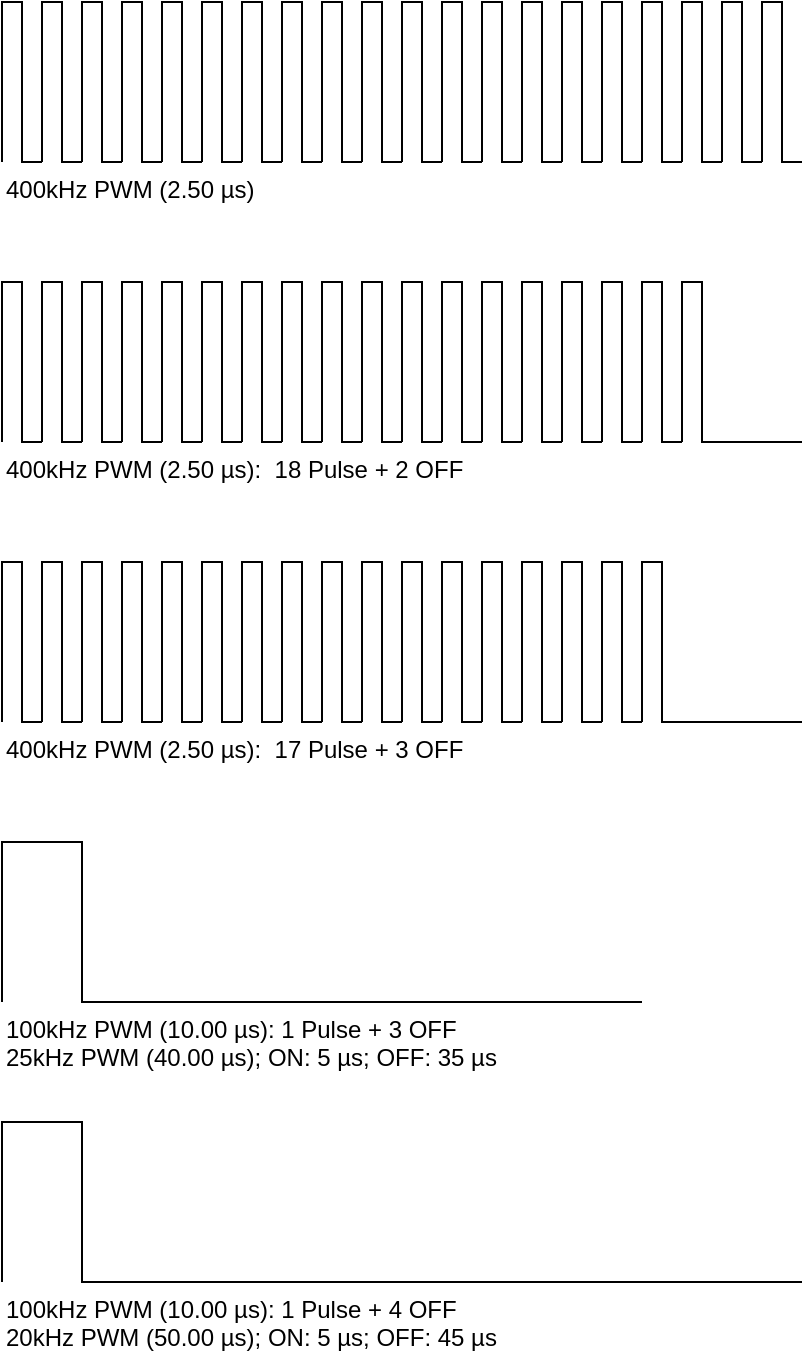
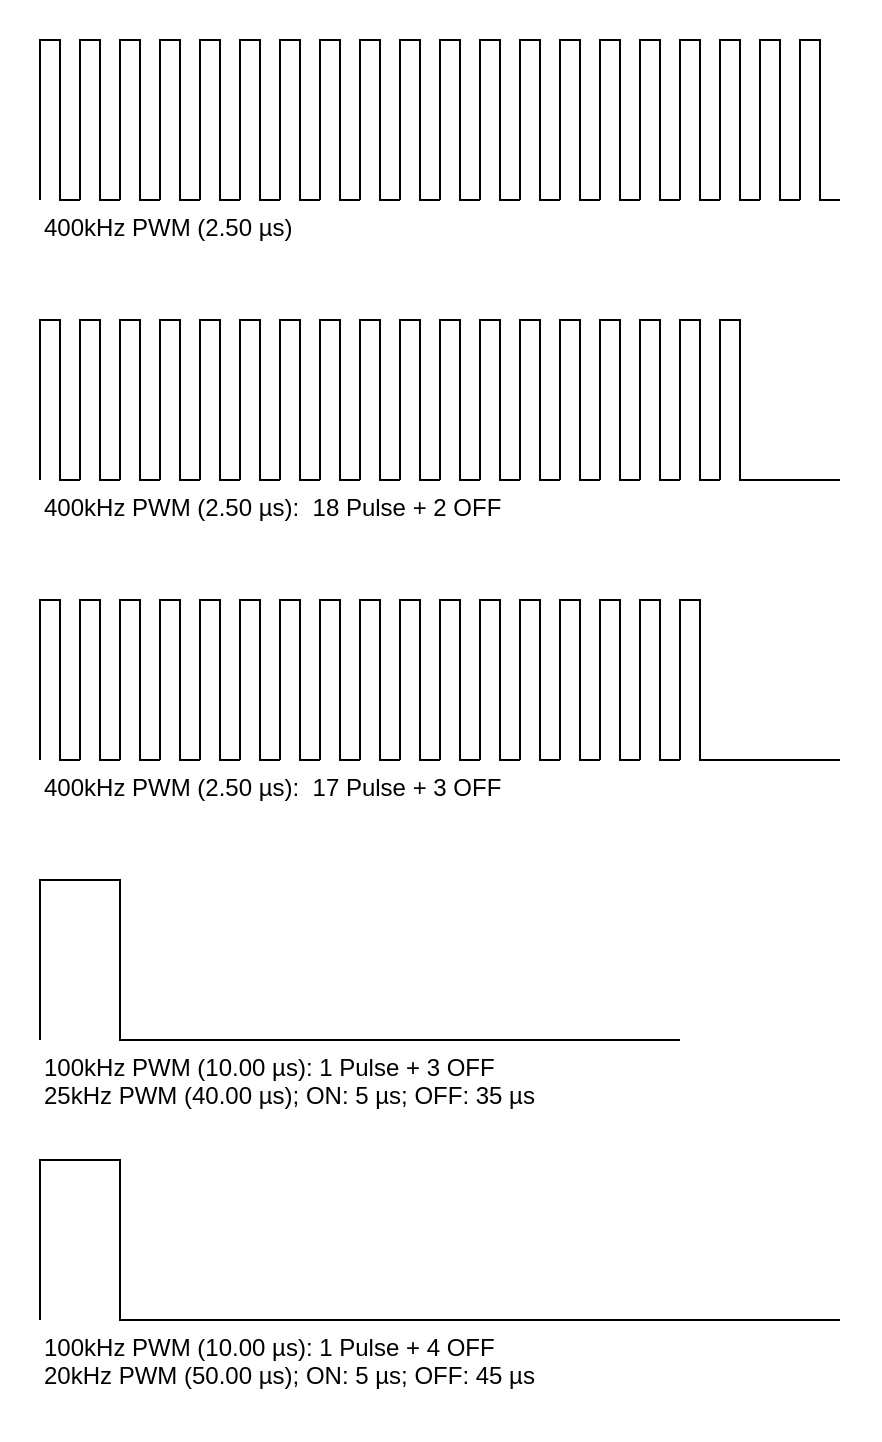
<mxfile host="Electron" agent="Mozilla/5.0 (Macintosh; Intel Mac OS X 10_15_7) AppleWebKit/537.36 (KHTML, like Gecko) draw.io/27.0.9 Chrome/134.0.6998.205 Electron/35.4.0 Safari/537.36" version="27.0.9">
  <diagram name="Page-1" id="-8UZF5I05z5CBpU54iL6">
-     <mxGraphModel dx="728" dy="563" grid="1" gridSize="10" guides="1" tooltips="1" connect="1" arrows="1" fold="1" page="1" pageScale="1" pageWidth="850" pageHeight="1100" math="0" shadow="0">
+     <mxGraphModel dx="1261" dy="976" grid="1" gridSize="10" guides="1" tooltips="1" connect="1" arrows="1" fold="1" page="1" pageScale="1" pageWidth="850" pageHeight="1100" math="0" shadow="0">
      <root>
        <mxCell id="0" />
        <mxCell id="1" parent="0" />
+         <mxCell id="rFTDVy7eZYmrCY8kcC94-159" value="" style="rounded=0;whiteSpace=wrap;html=1;fillColor=none;strokeColor=none;" vertex="1" parent="1">
+           <mxGeometry x="20" y="60" width="440" height="720" as="geometry" />
+         </mxCell>
        <mxCell id="rFTDVy7eZYmrCY8kcC94-147" value="100kHz PWM (10.00 µs): 1 Pulse + 3 OFF&lt;div&gt;25kHz PWM (40.00 µs); ON: 5 µs; OFF: 35 µs&lt;/div&gt;" style="text;html=1;align=left;verticalAlign=top;whiteSpace=wrap;rounded=0;fontSize=12;spacing=2;" vertex="1" parent="1">
          <mxGeometry x="40" y="580" width="400" height="40" as="geometry" />
        </mxCell>
        <mxCell id="rFTDVy7eZYmrCY8kcC94-149" value="400kHz PWM (2.50 µs):&amp;nbsp; 18 Pulse + 2 OFF" style="text;html=1;align=left;verticalAlign=top;whiteSpace=wrap;rounded=0;fontSize=12;" vertex="1" parent="1">
          <mxGeometry x="40" y="300" width="400" height="20" as="geometry" />
        </mxCell>
        <mxCell id="rFTDVy7eZYmrCY8kcC94-156" value="400kHz PWM (2.50 µs):&amp;nbsp; 17 Pulse + 3 OFF" style="text;html=1;align=left;verticalAlign=top;whiteSpace=wrap;rounded=0;fontSize=12;" vertex="1" parent="1">
          <mxGeometry x="40" y="440" width="400" height="20" as="geometry" />
        </mxCell>
        <mxCell id="rFTDVy7eZYmrCY8kcC94-157" value="400kHz PWM (2.50 µs)" style="text;html=1;align=left;verticalAlign=top;whiteSpace=wrap;rounded=0;fontSize=12;" vertex="1" parent="1">
          <mxGeometry x="40" y="160" width="400" height="20" as="geometry" />
        </mxCell>
        <mxCell id="rFTDVy7eZYmrCY8kcC94-158" value="100kHz PWM (10.00 µs): 1 Pulse + 4 OFF&lt;div&gt;20kHz PWM (50.00 µs); ON: 5 µs; OFF: 45 µs&lt;/div&gt;" style="text;html=1;align=left;verticalAlign=top;whiteSpace=wrap;rounded=0;fontSize=12;spacing=2;" vertex="1" parent="1">
          <mxGeometry x="40" y="720" width="400" height="40" as="geometry" />
        </mxCell>
        <mxCell id="rFTDVy7eZYmrCY8kcC94-1" value="" style="endArrow=none;html=1;rounded=0;strokeColor=default;" edge="1" parent="1">
          <mxGeometry width="50" height="50" relative="1" as="geometry">
            <mxPoint x="40" y="160" as="sourcePoint" />
            <mxPoint x="60" y="160" as="targetPoint" />
            <Array as="points">
              <mxPoint x="40" y="80" />
              <mxPoint x="50" y="80" />
              <mxPoint x="50" y="160" />
            </Array>
          </mxGeometry>
        </mxCell>
        <mxCell id="rFTDVy7eZYmrCY8kcC94-4" value="" style="endArrow=none;html=1;rounded=0;strokeColor=default;" edge="1" parent="1">
          <mxGeometry width="50" height="50" relative="1" as="geometry">
            <mxPoint x="40" y="580" as="sourcePoint" />
            <mxPoint x="120" y="580" as="targetPoint" />
            <Array as="points">
              <mxPoint x="40" y="500" />
              <mxPoint x="80" y="500" />
              <mxPoint x="80" y="580" />
            </Array>
          </mxGeometry>
        </mxCell>
        <mxCell id="rFTDVy7eZYmrCY8kcC94-16" value="" style="endArrow=none;html=1;rounded=0;strokeColor=default;" edge="1" parent="1">
          <mxGeometry width="50" height="50" relative="1" as="geometry">
            <mxPoint x="40" y="720" as="sourcePoint" />
            <mxPoint x="120" y="720" as="targetPoint" />
            <Array as="points">
              <mxPoint x="40" y="640" />
              <mxPoint x="80" y="640" />
              <mxPoint x="80" y="720" />
            </Array>
          </mxGeometry>
        </mxCell>
        <mxCell id="rFTDVy7eZYmrCY8kcC94-17" value="" style="endArrow=none;html=1;rounded=0;strokeWidth=1;strokeColor=default;" edge="1" parent="1">
          <mxGeometry width="50" height="50" relative="1" as="geometry">
            <mxPoint x="120" y="580" as="sourcePoint" />
            <mxPoint x="360" y="580" as="targetPoint" />
          </mxGeometry>
        </mxCell>
        <mxCell id="rFTDVy7eZYmrCY8kcC94-20" value="" style="endArrow=none;html=1;rounded=0;strokeColor=default;" edge="1" parent="1">
          <mxGeometry width="50" height="50" relative="1" as="geometry">
            <mxPoint x="120" y="720" as="sourcePoint" />
            <mxPoint x="440" y="720" as="targetPoint" />
          </mxGeometry>
        </mxCell>
        <mxCell id="rFTDVy7eZYmrCY8kcC94-21" value="" style="endArrow=none;html=1;rounded=0;" edge="1" parent="1">
          <mxGeometry width="50" height="50" relative="1" as="geometry">
            <mxPoint x="60" y="160" as="sourcePoint" />
            <mxPoint x="80" y="160" as="targetPoint" />
            <Array as="points">
              <mxPoint x="60" y="80" />
              <mxPoint x="70" y="80" />
              <mxPoint x="70" y="160" />
            </Array>
          </mxGeometry>
        </mxCell>
        <mxCell id="rFTDVy7eZYmrCY8kcC94-22" value="" style="endArrow=none;html=1;rounded=0;" edge="1" parent="1">
          <mxGeometry width="50" height="50" relative="1" as="geometry">
            <mxPoint x="80" y="160" as="sourcePoint" />
            <mxPoint x="100" y="160" as="targetPoint" />
            <Array as="points">
              <mxPoint x="80" y="80" />
              <mxPoint x="90" y="80" />
              <mxPoint x="90" y="160" />
            </Array>
          </mxGeometry>
        </mxCell>
        <mxCell id="rFTDVy7eZYmrCY8kcC94-23" value="" style="endArrow=none;html=1;rounded=0;" edge="1" parent="1">
          <mxGeometry width="50" height="50" relative="1" as="geometry">
            <mxPoint x="100" y="160" as="sourcePoint" />
            <mxPoint x="120" y="160" as="targetPoint" />
            <Array as="points">
              <mxPoint x="100" y="80" />
              <mxPoint x="110" y="80" />
              <mxPoint x="110" y="160" />
            </Array>
          </mxGeometry>
        </mxCell>
        <mxCell id="rFTDVy7eZYmrCY8kcC94-24" value="" style="endArrow=none;html=1;rounded=0;" edge="1" parent="1">
          <mxGeometry width="50" height="50" relative="1" as="geometry">
            <mxPoint x="120" y="160" as="sourcePoint" />
            <mxPoint x="140" y="160" as="targetPoint" />
            <Array as="points">
              <mxPoint x="120" y="80" />
              <mxPoint x="130" y="80" />
              <mxPoint x="130" y="160" />
            </Array>
          </mxGeometry>
        </mxCell>
        <mxCell id="rFTDVy7eZYmrCY8kcC94-25" value="" style="endArrow=none;html=1;rounded=0;" edge="1" parent="1">
          <mxGeometry width="50" height="50" relative="1" as="geometry">
            <mxPoint x="140" y="160" as="sourcePoint" />
            <mxPoint x="160" y="160" as="targetPoint" />
            <Array as="points">
              <mxPoint x="140" y="80" />
              <mxPoint x="150" y="80" />
              <mxPoint x="150" y="160" />
            </Array>
          </mxGeometry>
        </mxCell>
        <mxCell id="rFTDVy7eZYmrCY8kcC94-26" value="" style="endArrow=none;html=1;rounded=0;" edge="1" parent="1">
          <mxGeometry width="50" height="50" relative="1" as="geometry">
            <mxPoint x="160" y="160" as="sourcePoint" />
            <mxPoint x="180" y="160" as="targetPoint" />
            <Array as="points">
              <mxPoint x="160" y="80" />
              <mxPoint x="170" y="80" />
              <mxPoint x="170" y="160" />
            </Array>
          </mxGeometry>
        </mxCell>
        <mxCell id="rFTDVy7eZYmrCY8kcC94-27" value="" style="endArrow=none;html=1;rounded=0;" edge="1" parent="1">
          <mxGeometry width="50" height="50" relative="1" as="geometry">
            <mxPoint x="180" y="160" as="sourcePoint" />
            <mxPoint x="200" y="160" as="targetPoint" />
            <Array as="points">
              <mxPoint x="180" y="80" />
              <mxPoint x="190" y="80" />
              <mxPoint x="190" y="160" />
            </Array>
          </mxGeometry>
        </mxCell>
        <mxCell id="rFTDVy7eZYmrCY8kcC94-28" value="" style="endArrow=none;html=1;rounded=0;" edge="1" parent="1">
          <mxGeometry width="50" height="50" relative="1" as="geometry">
            <mxPoint x="200" y="160" as="sourcePoint" />
            <mxPoint x="220" y="160" as="targetPoint" />
            <Array as="points">
              <mxPoint x="200" y="80" />
              <mxPoint x="210" y="80" />
              <mxPoint x="210" y="160" />
            </Array>
          </mxGeometry>
        </mxCell>
        <mxCell id="rFTDVy7eZYmrCY8kcC94-29" value="" style="endArrow=none;html=1;rounded=0;" edge="1" parent="1">
          <mxGeometry width="50" height="50" relative="1" as="geometry">
            <mxPoint x="220" y="160" as="sourcePoint" />
            <mxPoint x="240" y="160" as="targetPoint" />
            <Array as="points">
              <mxPoint x="220" y="80" />
              <mxPoint x="230" y="80" />
              <mxPoint x="230" y="160" />
            </Array>
          </mxGeometry>
        </mxCell>
        <mxCell id="rFTDVy7eZYmrCY8kcC94-30" value="" style="endArrow=none;html=1;rounded=0;" edge="1" parent="1">
          <mxGeometry width="50" height="50" relative="1" as="geometry">
            <mxPoint x="240" y="160" as="sourcePoint" />
            <mxPoint x="260" y="160" as="targetPoint" />
            <Array as="points">
              <mxPoint x="240" y="80" />
              <mxPoint x="250" y="80" />
              <mxPoint x="250" y="160" />
            </Array>
          </mxGeometry>
        </mxCell>
        <mxCell id="rFTDVy7eZYmrCY8kcC94-31" value="" style="endArrow=none;html=1;rounded=0;" edge="1" parent="1">
          <mxGeometry width="50" height="50" relative="1" as="geometry">
            <mxPoint x="260" y="160" as="sourcePoint" />
            <mxPoint x="280" y="160" as="targetPoint" />
            <Array as="points">
              <mxPoint x="260" y="80" />
              <mxPoint x="270" y="80" />
              <mxPoint x="270" y="160" />
            </Array>
          </mxGeometry>
        </mxCell>
        <mxCell id="rFTDVy7eZYmrCY8kcC94-32" value="" style="endArrow=none;html=1;rounded=0;" edge="1" parent="1">
          <mxGeometry width="50" height="50" relative="1" as="geometry">
            <mxPoint x="280" y="160" as="sourcePoint" />
            <mxPoint x="300" y="160" as="targetPoint" />
            <Array as="points">
              <mxPoint x="280" y="80" />
              <mxPoint x="290" y="80" />
              <mxPoint x="290" y="160" />
            </Array>
          </mxGeometry>
        </mxCell>
        <mxCell id="rFTDVy7eZYmrCY8kcC94-33" value="" style="endArrow=none;html=1;rounded=0;" edge="1" parent="1">
          <mxGeometry width="50" height="50" relative="1" as="geometry">
            <mxPoint x="300" y="160" as="sourcePoint" />
            <mxPoint x="320" y="160" as="targetPoint" />
            <Array as="points">
              <mxPoint x="300" y="80" />
              <mxPoint x="310" y="80" />
              <mxPoint x="310" y="160" />
            </Array>
          </mxGeometry>
        </mxCell>
        <mxCell id="rFTDVy7eZYmrCY8kcC94-34" value="" style="endArrow=none;html=1;rounded=0;" edge="1" parent="1">
          <mxGeometry width="50" height="50" relative="1" as="geometry">
            <mxPoint x="320" y="160" as="sourcePoint" />
            <mxPoint x="340" y="160" as="targetPoint" />
            <Array as="points">
              <mxPoint x="320" y="80" />
              <mxPoint x="330" y="80" />
              <mxPoint x="330" y="160" />
            </Array>
          </mxGeometry>
        </mxCell>
        <mxCell id="rFTDVy7eZYmrCY8kcC94-35" value="" style="endArrow=none;html=1;rounded=0;" edge="1" parent="1">
          <mxGeometry width="50" height="50" relative="1" as="geometry">
            <mxPoint x="340" y="160" as="sourcePoint" />
            <mxPoint x="360" y="160" as="targetPoint" />
            <Array as="points">
              <mxPoint x="340" y="80" />
              <mxPoint x="350" y="80" />
              <mxPoint x="350" y="160" />
            </Array>
          </mxGeometry>
        </mxCell>
        <mxCell id="rFTDVy7eZYmrCY8kcC94-36" value="" style="endArrow=none;html=1;rounded=0;" edge="1" parent="1">
          <mxGeometry width="50" height="50" relative="1" as="geometry">
            <mxPoint x="360" y="160" as="sourcePoint" />
            <mxPoint x="380" y="160" as="targetPoint" />
            <Array as="points">
              <mxPoint x="360" y="80" />
              <mxPoint x="370" y="80" />
              <mxPoint x="370" y="160" />
            </Array>
          </mxGeometry>
        </mxCell>
        <mxCell id="rFTDVy7eZYmrCY8kcC94-37" value="" style="endArrow=none;html=1;rounded=0;" edge="1" parent="1">
          <mxGeometry width="50" height="50" relative="1" as="geometry">
            <mxPoint x="380" y="160" as="sourcePoint" />
            <mxPoint x="400" y="160" as="targetPoint" />
            <Array as="points">
              <mxPoint x="380" y="80" />
              <mxPoint x="390" y="80" />
              <mxPoint x="390" y="160" />
            </Array>
          </mxGeometry>
        </mxCell>
        <mxCell id="rFTDVy7eZYmrCY8kcC94-38" value="" style="endArrow=none;html=1;rounded=0;" edge="1" parent="1">
          <mxGeometry width="50" height="50" relative="1" as="geometry">
            <mxPoint x="400" y="160" as="sourcePoint" />
            <mxPoint x="420" y="160" as="targetPoint" />
            <Array as="points">
              <mxPoint x="400" y="80" />
              <mxPoint x="410" y="80" />
              <mxPoint x="410" y="160" />
            </Array>
          </mxGeometry>
        </mxCell>
        <mxCell id="rFTDVy7eZYmrCY8kcC94-39" value="" style="endArrow=none;html=1;rounded=0;" edge="1" parent="1">
          <mxGeometry width="50" height="50" relative="1" as="geometry">
            <mxPoint x="420" y="160" as="sourcePoint" />
            <mxPoint x="440" y="160" as="targetPoint" />
            <Array as="points">
              <mxPoint x="420" y="80" />
              <mxPoint x="430" y="80" />
              <mxPoint x="430" y="160" />
            </Array>
          </mxGeometry>
        </mxCell>
        <mxCell id="rFTDVy7eZYmrCY8kcC94-41" value="" style="endArrow=none;html=1;rounded=0;strokeColor=default;" edge="1" parent="1">
          <mxGeometry width="50" height="50" relative="1" as="geometry">
            <mxPoint x="40" y="300" as="sourcePoint" />
            <mxPoint x="60" y="300" as="targetPoint" />
            <Array as="points">
              <mxPoint x="40" y="220" />
              <mxPoint x="50" y="220" />
              <mxPoint x="50" y="300" />
            </Array>
          </mxGeometry>
        </mxCell>
        <mxCell id="rFTDVy7eZYmrCY8kcC94-43" value="" style="endArrow=none;html=1;rounded=0;" edge="1" parent="1">
          <mxGeometry width="50" height="50" relative="1" as="geometry">
            <mxPoint x="60" y="300" as="sourcePoint" />
            <mxPoint x="80" y="300" as="targetPoint" />
            <Array as="points">
              <mxPoint x="60" y="220" />
              <mxPoint x="70" y="220" />
              <mxPoint x="70" y="300" />
            </Array>
          </mxGeometry>
        </mxCell>
        <mxCell id="rFTDVy7eZYmrCY8kcC94-44" value="" style="endArrow=none;html=1;rounded=0;" edge="1" parent="1">
          <mxGeometry width="50" height="50" relative="1" as="geometry">
            <mxPoint x="80" y="300" as="sourcePoint" />
            <mxPoint x="100" y="300" as="targetPoint" />
            <Array as="points">
              <mxPoint x="80" y="220" />
              <mxPoint x="90" y="220" />
              <mxPoint x="90" y="300" />
            </Array>
          </mxGeometry>
        </mxCell>
        <mxCell id="rFTDVy7eZYmrCY8kcC94-45" value="" style="endArrow=none;html=1;rounded=0;" edge="1" parent="1">
          <mxGeometry width="50" height="50" relative="1" as="geometry">
            <mxPoint x="100" y="300" as="sourcePoint" />
            <mxPoint x="120" y="300" as="targetPoint" />
            <Array as="points">
              <mxPoint x="100" y="220" />
              <mxPoint x="110" y="220" />
              <mxPoint x="110" y="300" />
            </Array>
          </mxGeometry>
        </mxCell>
        <mxCell id="rFTDVy7eZYmrCY8kcC94-46" value="" style="endArrow=none;html=1;rounded=0;" edge="1" parent="1">
          <mxGeometry width="50" height="50" relative="1" as="geometry">
            <mxPoint x="120" y="300" as="sourcePoint" />
            <mxPoint x="140" y="300" as="targetPoint" />
            <Array as="points">
              <mxPoint x="120" y="220" />
              <mxPoint x="130" y="220" />
              <mxPoint x="130" y="300" />
            </Array>
          </mxGeometry>
        </mxCell>
        <mxCell id="rFTDVy7eZYmrCY8kcC94-47" value="" style="endArrow=none;html=1;rounded=0;" edge="1" parent="1">
          <mxGeometry width="50" height="50" relative="1" as="geometry">
            <mxPoint x="140" y="300" as="sourcePoint" />
            <mxPoint x="160" y="300" as="targetPoint" />
            <Array as="points">
              <mxPoint x="140" y="220" />
              <mxPoint x="150" y="220" />
              <mxPoint x="150" y="300" />
            </Array>
          </mxGeometry>
        </mxCell>
        <mxCell id="rFTDVy7eZYmrCY8kcC94-48" value="" style="endArrow=none;html=1;rounded=0;" edge="1" parent="1">
          <mxGeometry width="50" height="50" relative="1" as="geometry">
            <mxPoint x="160" y="300" as="sourcePoint" />
            <mxPoint x="180" y="300" as="targetPoint" />
            <Array as="points">
              <mxPoint x="160" y="220" />
              <mxPoint x="170" y="220" />
              <mxPoint x="170" y="300" />
            </Array>
          </mxGeometry>
        </mxCell>
        <mxCell id="rFTDVy7eZYmrCY8kcC94-49" value="" style="endArrow=none;html=1;rounded=0;" edge="1" parent="1">
          <mxGeometry width="50" height="50" relative="1" as="geometry">
            <mxPoint x="180" y="300" as="sourcePoint" />
            <mxPoint x="200" y="300" as="targetPoint" />
            <Array as="points">
              <mxPoint x="180" y="220" />
              <mxPoint x="190" y="220" />
              <mxPoint x="190" y="300" />
            </Array>
          </mxGeometry>
        </mxCell>
        <mxCell id="rFTDVy7eZYmrCY8kcC94-50" value="" style="endArrow=none;html=1;rounded=0;" edge="1" parent="1">
          <mxGeometry width="50" height="50" relative="1" as="geometry">
            <mxPoint x="200" y="300" as="sourcePoint" />
            <mxPoint x="220" y="300" as="targetPoint" />
            <Array as="points">
              <mxPoint x="200" y="220" />
              <mxPoint x="210" y="220" />
              <mxPoint x="210" y="300" />
            </Array>
          </mxGeometry>
        </mxCell>
        <mxCell id="rFTDVy7eZYmrCY8kcC94-51" value="" style="endArrow=none;html=1;rounded=0;" edge="1" parent="1">
          <mxGeometry width="50" height="50" relative="1" as="geometry">
            <mxPoint x="220" y="300" as="sourcePoint" />
            <mxPoint x="240" y="300" as="targetPoint" />
            <Array as="points">
              <mxPoint x="220" y="220" />
              <mxPoint x="230" y="220" />
              <mxPoint x="230" y="300" />
            </Array>
          </mxGeometry>
        </mxCell>
        <mxCell id="rFTDVy7eZYmrCY8kcC94-52" value="" style="endArrow=none;html=1;rounded=0;" edge="1" parent="1">
          <mxGeometry width="50" height="50" relative="1" as="geometry">
            <mxPoint x="240" y="300" as="sourcePoint" />
            <mxPoint x="260" y="300" as="targetPoint" />
            <Array as="points">
              <mxPoint x="240" y="220" />
              <mxPoint x="250" y="220" />
              <mxPoint x="250" y="300" />
            </Array>
          </mxGeometry>
        </mxCell>
        <mxCell id="rFTDVy7eZYmrCY8kcC94-53" value="" style="endArrow=none;html=1;rounded=0;" edge="1" parent="1">
          <mxGeometry width="50" height="50" relative="1" as="geometry">
            <mxPoint x="260" y="300" as="sourcePoint" />
            <mxPoint x="280" y="300" as="targetPoint" />
            <Array as="points">
              <mxPoint x="260" y="220" />
              <mxPoint x="270" y="220" />
              <mxPoint x="270" y="300" />
            </Array>
          </mxGeometry>
        </mxCell>
        <mxCell id="rFTDVy7eZYmrCY8kcC94-54" value="" style="endArrow=none;html=1;rounded=0;" edge="1" parent="1">
          <mxGeometry width="50" height="50" relative="1" as="geometry">
            <mxPoint x="280" y="300" as="sourcePoint" />
            <mxPoint x="300" y="300" as="targetPoint" />
            <Array as="points">
              <mxPoint x="280" y="220" />
              <mxPoint x="290" y="220" />
              <mxPoint x="290" y="300" />
            </Array>
          </mxGeometry>
        </mxCell>
        <mxCell id="rFTDVy7eZYmrCY8kcC94-55" value="" style="endArrow=none;html=1;rounded=0;" edge="1" parent="1">
          <mxGeometry width="50" height="50" relative="1" as="geometry">
            <mxPoint x="300" y="300" as="sourcePoint" />
            <mxPoint x="320" y="300" as="targetPoint" />
            <Array as="points">
              <mxPoint x="300" y="220" />
              <mxPoint x="310" y="220" />
              <mxPoint x="310" y="300" />
            </Array>
          </mxGeometry>
        </mxCell>
        <mxCell id="rFTDVy7eZYmrCY8kcC94-56" value="" style="endArrow=none;html=1;rounded=0;" edge="1" parent="1">
          <mxGeometry width="50" height="50" relative="1" as="geometry">
            <mxPoint x="320" y="300" as="sourcePoint" />
            <mxPoint x="340" y="300" as="targetPoint" />
            <Array as="points">
              <mxPoint x="320" y="220" />
              <mxPoint x="330" y="220" />
              <mxPoint x="330" y="300" />
            </Array>
          </mxGeometry>
        </mxCell>
        <mxCell id="rFTDVy7eZYmrCY8kcC94-57" value="" style="endArrow=none;html=1;rounded=0;" edge="1" parent="1">
          <mxGeometry width="50" height="50" relative="1" as="geometry">
            <mxPoint x="340" y="300" as="sourcePoint" />
            <mxPoint x="360" y="300" as="targetPoint" />
            <Array as="points">
              <mxPoint x="340" y="220" />
              <mxPoint x="350" y="220" />
              <mxPoint x="350" y="300" />
            </Array>
          </mxGeometry>
        </mxCell>
        <mxCell id="rFTDVy7eZYmrCY8kcC94-58" value="" style="endArrow=none;html=1;rounded=0;" edge="1" parent="1">
          <mxGeometry width="50" height="50" relative="1" as="geometry">
            <mxPoint x="360" y="300" as="sourcePoint" />
            <mxPoint x="380" y="300" as="targetPoint" />
            <Array as="points">
              <mxPoint x="360" y="220" />
              <mxPoint x="370" y="220" />
              <mxPoint x="370" y="300" />
            </Array>
          </mxGeometry>
        </mxCell>
        <mxCell id="rFTDVy7eZYmrCY8kcC94-59" value="" style="endArrow=none;html=1;rounded=0;" edge="1" parent="1">
          <mxGeometry width="50" height="50" relative="1" as="geometry">
            <mxPoint x="380" y="300" as="sourcePoint" />
            <mxPoint x="400" y="300" as="targetPoint" />
            <Array as="points">
              <mxPoint x="380" y="220" />
              <mxPoint x="390" y="220" />
              <mxPoint x="390" y="300" />
            </Array>
          </mxGeometry>
        </mxCell>
        <mxCell id="rFTDVy7eZYmrCY8kcC94-62" value="" style="endArrow=none;html=1;rounded=0;strokeColor=default;" edge="1" parent="1">
          <mxGeometry width="50" height="50" relative="1" as="geometry">
            <mxPoint x="400" y="300" as="sourcePoint" />
            <mxPoint x="440" y="300" as="targetPoint" />
          </mxGeometry>
        </mxCell>
        <mxCell id="rFTDVy7eZYmrCY8kcC94-63" value="" style="endArrow=none;html=1;rounded=0;strokeColor=default;" edge="1" parent="1">
          <mxGeometry width="50" height="50" relative="1" as="geometry">
            <mxPoint x="40" y="440" as="sourcePoint" />
            <mxPoint x="60" y="440" as="targetPoint" />
            <Array as="points">
              <mxPoint x="40" y="360" />
              <mxPoint x="50" y="360" />
              <mxPoint x="50" y="440" />
            </Array>
          </mxGeometry>
        </mxCell>
        <mxCell id="rFTDVy7eZYmrCY8kcC94-65" value="" style="endArrow=none;html=1;rounded=0;" edge="1" parent="1">
          <mxGeometry width="50" height="50" relative="1" as="geometry">
            <mxPoint x="60" y="440" as="sourcePoint" />
            <mxPoint x="80" y="440" as="targetPoint" />
            <Array as="points">
              <mxPoint x="60" y="360" />
              <mxPoint x="70" y="360" />
              <mxPoint x="70" y="440" />
            </Array>
          </mxGeometry>
        </mxCell>
        <mxCell id="rFTDVy7eZYmrCY8kcC94-66" value="" style="endArrow=none;html=1;rounded=0;" edge="1" parent="1">
          <mxGeometry width="50" height="50" relative="1" as="geometry">
            <mxPoint x="80" y="440" as="sourcePoint" />
            <mxPoint x="100" y="440" as="targetPoint" />
            <Array as="points">
              <mxPoint x="80" y="360" />
              <mxPoint x="90" y="360" />
              <mxPoint x="90" y="440" />
            </Array>
          </mxGeometry>
        </mxCell>
        <mxCell id="rFTDVy7eZYmrCY8kcC94-67" value="" style="endArrow=none;html=1;rounded=0;" edge="1" parent="1">
          <mxGeometry width="50" height="50" relative="1" as="geometry">
            <mxPoint x="100" y="440" as="sourcePoint" />
            <mxPoint x="120" y="440" as="targetPoint" />
            <Array as="points">
              <mxPoint x="100" y="360" />
              <mxPoint x="110" y="360" />
              <mxPoint x="110" y="440" />
            </Array>
          </mxGeometry>
        </mxCell>
        <mxCell id="rFTDVy7eZYmrCY8kcC94-68" value="" style="endArrow=none;html=1;rounded=0;" edge="1" parent="1">
          <mxGeometry width="50" height="50" relative="1" as="geometry">
            <mxPoint x="120" y="440" as="sourcePoint" />
            <mxPoint x="140" y="440" as="targetPoint" />
            <Array as="points">
              <mxPoint x="120" y="360" />
              <mxPoint x="130" y="360" />
              <mxPoint x="130" y="440" />
            </Array>
          </mxGeometry>
        </mxCell>
        <mxCell id="rFTDVy7eZYmrCY8kcC94-69" value="" style="endArrow=none;html=1;rounded=0;" edge="1" parent="1">
          <mxGeometry width="50" height="50" relative="1" as="geometry">
            <mxPoint x="140" y="440" as="sourcePoint" />
            <mxPoint x="160" y="440" as="targetPoint" />
            <Array as="points">
              <mxPoint x="140" y="360" />
              <mxPoint x="150" y="360" />
              <mxPoint x="150" y="440" />
            </Array>
          </mxGeometry>
        </mxCell>
        <mxCell id="rFTDVy7eZYmrCY8kcC94-70" value="" style="endArrow=none;html=1;rounded=0;" edge="1" parent="1">
          <mxGeometry width="50" height="50" relative="1" as="geometry">
            <mxPoint x="160" y="440" as="sourcePoint" />
            <mxPoint x="180" y="440" as="targetPoint" />
            <Array as="points">
              <mxPoint x="160" y="360" />
              <mxPoint x="170" y="360" />
              <mxPoint x="170" y="440" />
            </Array>
          </mxGeometry>
        </mxCell>
        <mxCell id="rFTDVy7eZYmrCY8kcC94-71" value="" style="endArrow=none;html=1;rounded=0;" edge="1" parent="1">
          <mxGeometry width="50" height="50" relative="1" as="geometry">
            <mxPoint x="180" y="440" as="sourcePoint" />
            <mxPoint x="200" y="440" as="targetPoint" />
            <Array as="points">
              <mxPoint x="180" y="360" />
              <mxPoint x="190" y="360" />
              <mxPoint x="190" y="440" />
            </Array>
          </mxGeometry>
        </mxCell>
        <mxCell id="rFTDVy7eZYmrCY8kcC94-72" value="" style="endArrow=none;html=1;rounded=0;" edge="1" parent="1">
          <mxGeometry width="50" height="50" relative="1" as="geometry">
            <mxPoint x="200" y="440" as="sourcePoint" />
            <mxPoint x="220" y="440" as="targetPoint" />
            <Array as="points">
              <mxPoint x="200" y="360" />
              <mxPoint x="210" y="360" />
              <mxPoint x="210" y="440" />
            </Array>
          </mxGeometry>
        </mxCell>
        <mxCell id="rFTDVy7eZYmrCY8kcC94-73" value="" style="endArrow=none;html=1;rounded=0;" edge="1" parent="1">
          <mxGeometry width="50" height="50" relative="1" as="geometry">
            <mxPoint x="220" y="440" as="sourcePoint" />
            <mxPoint x="240" y="440" as="targetPoint" />
            <Array as="points">
              <mxPoint x="220" y="360" />
              <mxPoint x="230" y="360" />
              <mxPoint x="230" y="440" />
            </Array>
          </mxGeometry>
        </mxCell>
        <mxCell id="rFTDVy7eZYmrCY8kcC94-74" value="" style="endArrow=none;html=1;rounded=0;" edge="1" parent="1">
          <mxGeometry width="50" height="50" relative="1" as="geometry">
            <mxPoint x="240" y="440" as="sourcePoint" />
            <mxPoint x="260" y="440" as="targetPoint" />
            <Array as="points">
              <mxPoint x="240" y="360" />
              <mxPoint x="250" y="360" />
              <mxPoint x="250" y="440" />
            </Array>
          </mxGeometry>
        </mxCell>
        <mxCell id="rFTDVy7eZYmrCY8kcC94-75" value="" style="endArrow=none;html=1;rounded=0;" edge="1" parent="1">
          <mxGeometry width="50" height="50" relative="1" as="geometry">
            <mxPoint x="260" y="440" as="sourcePoint" />
            <mxPoint x="280" y="440" as="targetPoint" />
            <Array as="points">
              <mxPoint x="260" y="360" />
              <mxPoint x="270" y="360" />
              <mxPoint x="270" y="440" />
            </Array>
          </mxGeometry>
        </mxCell>
        <mxCell id="rFTDVy7eZYmrCY8kcC94-76" value="" style="endArrow=none;html=1;rounded=0;" edge="1" parent="1">
          <mxGeometry width="50" height="50" relative="1" as="geometry">
            <mxPoint x="280" y="440" as="sourcePoint" />
            <mxPoint x="300" y="440" as="targetPoint" />
            <Array as="points">
              <mxPoint x="280" y="360" />
              <mxPoint x="290" y="360" />
              <mxPoint x="290" y="440" />
            </Array>
          </mxGeometry>
        </mxCell>
        <mxCell id="rFTDVy7eZYmrCY8kcC94-77" value="" style="endArrow=none;html=1;rounded=0;" edge="1" parent="1">
          <mxGeometry width="50" height="50" relative="1" as="geometry">
            <mxPoint x="300" y="440" as="sourcePoint" />
            <mxPoint x="320" y="440" as="targetPoint" />
            <Array as="points">
              <mxPoint x="300" y="360" />
              <mxPoint x="310" y="360" />
              <mxPoint x="310" y="440" />
            </Array>
          </mxGeometry>
        </mxCell>
        <mxCell id="rFTDVy7eZYmrCY8kcC94-78" value="" style="endArrow=none;html=1;rounded=0;" edge="1" parent="1">
          <mxGeometry width="50" height="50" relative="1" as="geometry">
            <mxPoint x="320" y="440" as="sourcePoint" />
            <mxPoint x="340" y="440" as="targetPoint" />
            <Array as="points">
              <mxPoint x="320" y="360" />
              <mxPoint x="330" y="360" />
              <mxPoint x="330" y="440" />
            </Array>
          </mxGeometry>
        </mxCell>
        <mxCell id="rFTDVy7eZYmrCY8kcC94-79" value="" style="endArrow=none;html=1;rounded=0;" edge="1" parent="1">
          <mxGeometry width="50" height="50" relative="1" as="geometry">
            <mxPoint x="340" y="440" as="sourcePoint" />
            <mxPoint x="360" y="440" as="targetPoint" />
            <Array as="points">
              <mxPoint x="340" y="360" />
              <mxPoint x="350" y="360" />
              <mxPoint x="350" y="440" />
            </Array>
          </mxGeometry>
        </mxCell>
        <mxCell id="rFTDVy7eZYmrCY8kcC94-80" value="" style="endArrow=none;html=1;rounded=0;" edge="1" parent="1">
          <mxGeometry width="50" height="50" relative="1" as="geometry">
            <mxPoint x="360" y="440" as="sourcePoint" />
            <mxPoint x="380" y="440" as="targetPoint" />
            <Array as="points">
              <mxPoint x="360" y="360" />
              <mxPoint x="370" y="360" />
              <mxPoint x="370" y="440" />
            </Array>
          </mxGeometry>
        </mxCell>
        <mxCell id="rFTDVy7eZYmrCY8kcC94-82" value="" style="endArrow=none;html=1;rounded=0;strokeColor=default;" edge="1" parent="1">
          <mxGeometry width="50" height="50" relative="1" as="geometry">
            <mxPoint x="380" y="440" as="sourcePoint" />
            <mxPoint x="440" y="440" as="targetPoint" />
          </mxGeometry>
        </mxCell>
      </root>
    </mxGraphModel>
  </diagram>
</mxfile>
